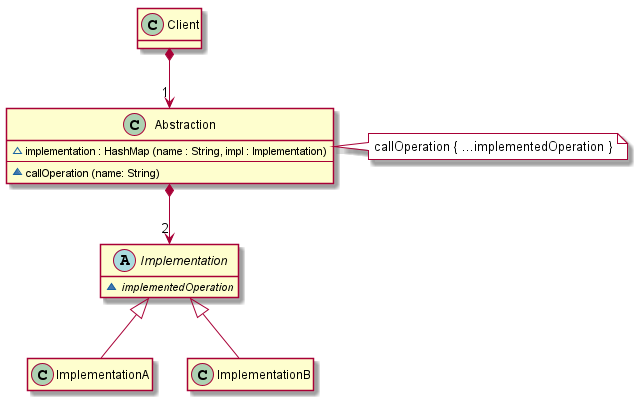
vitalispopoff/designPatterns keeps this PlantUML diagram as src/bridge/_implementation_01/uml/implementation_01.png. Above is the earlier version. Source of this version:
```plantuml
@startuml

hide Client method

class Client{

}

Client *--> "1" Abstraction

Abstraction *--> "2" Implementation

class Abstraction {
        ~{field} implementation : HashMap (name : String, impl : Implementation)
    --
        ~{method} callOperation (name: String)
}

note right of Abstraction #white : callOperation { ...implementedOperation }



hide Implementation field
abstract class  Implementation  {
    ~{method}{abstract} implementedOperation
}

hide  ImplementationA member
class ImplementationA extends Implementation{
}

hide  ImplementationB member

class ImplementationB extends Implementation{
}

@enduml
```
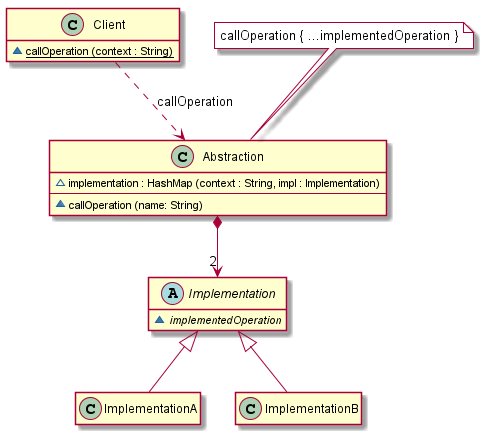
The same diagram one commit later.

Diff of the diagram source:
```diff
@@ -1,24 +1,22 @@
 @startuml
 
-hide Client method
+hide Client field
 
 class Client{
-
+    ~{method}{static} callOperation (context : String)
 }
 
-Client *--> "1" Abstraction
+Client ..> Abstraction : callOperation
 
 Abstraction *--> "2" Implementation
 
 class Abstraction {
-        ~{field} implementation : HashMap (name : String, impl : Implementation)
+        ~{field} implementation : HashMap (context : String, impl : Implementation)
     --
         ~{method} callOperation (name: String)
 }
 
-note right of Abstraction #white : callOperation { ...implementedOperation }
-
-
+note top of Abstraction #white : callOperation { ...implementedOperation }
 
 hide Implementation field
 abstract class  Implementation  {
```
